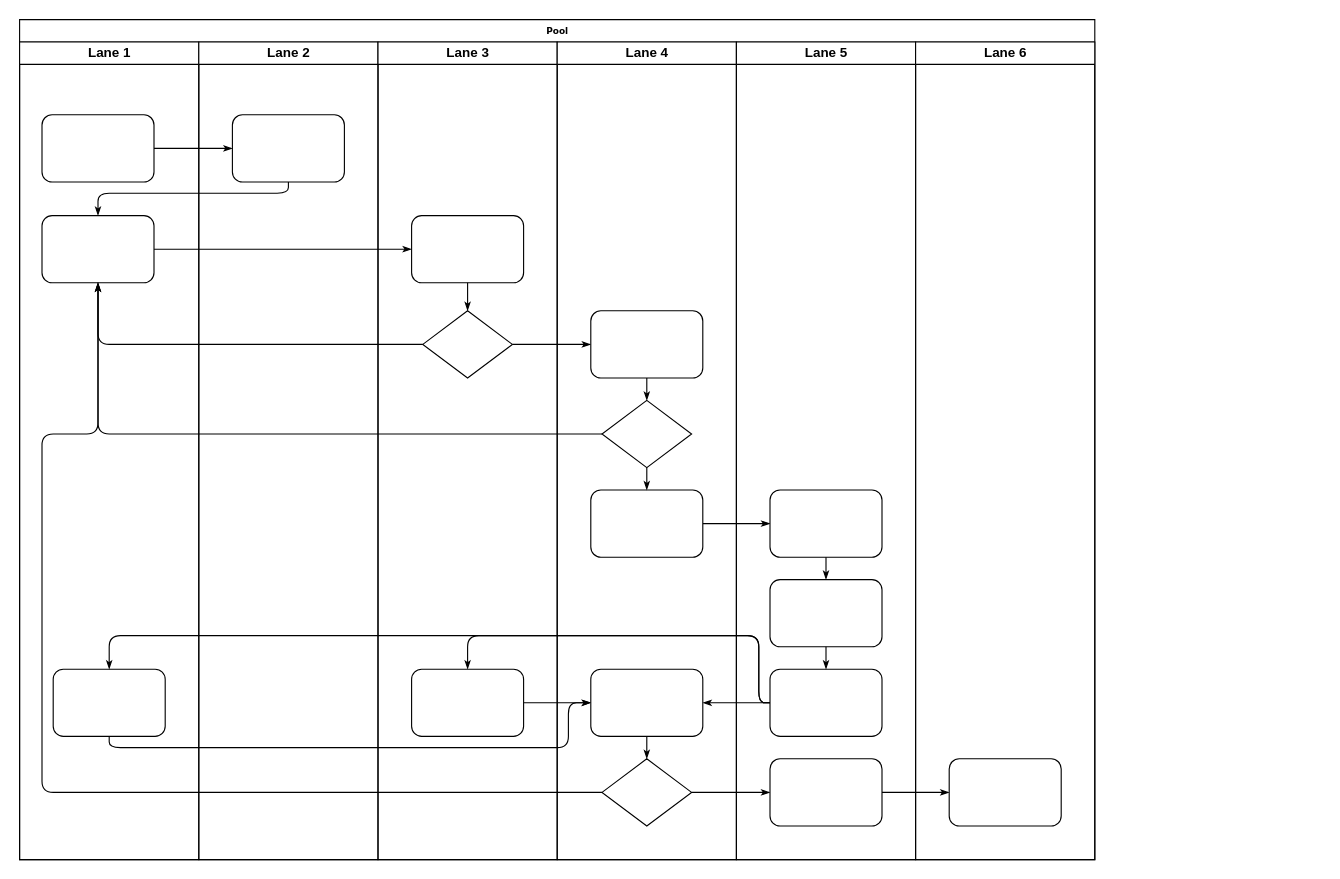
TingFeng121/iodraw-files keeps this draw.io diagram as all/灵智运维工作流.drawio. Above is the earlier version. Source tidied: cells renumbered, new cells numbered last; positions are measured from the earlier drawing's top-left corner, leaving out a move shared by most shapes. Both pictures are drawn from the tidied source at 112%, with x=0, y=0 at pixel (19, 19). Pictures stored in the file or linked from it are replaced by grey dashed boxes.
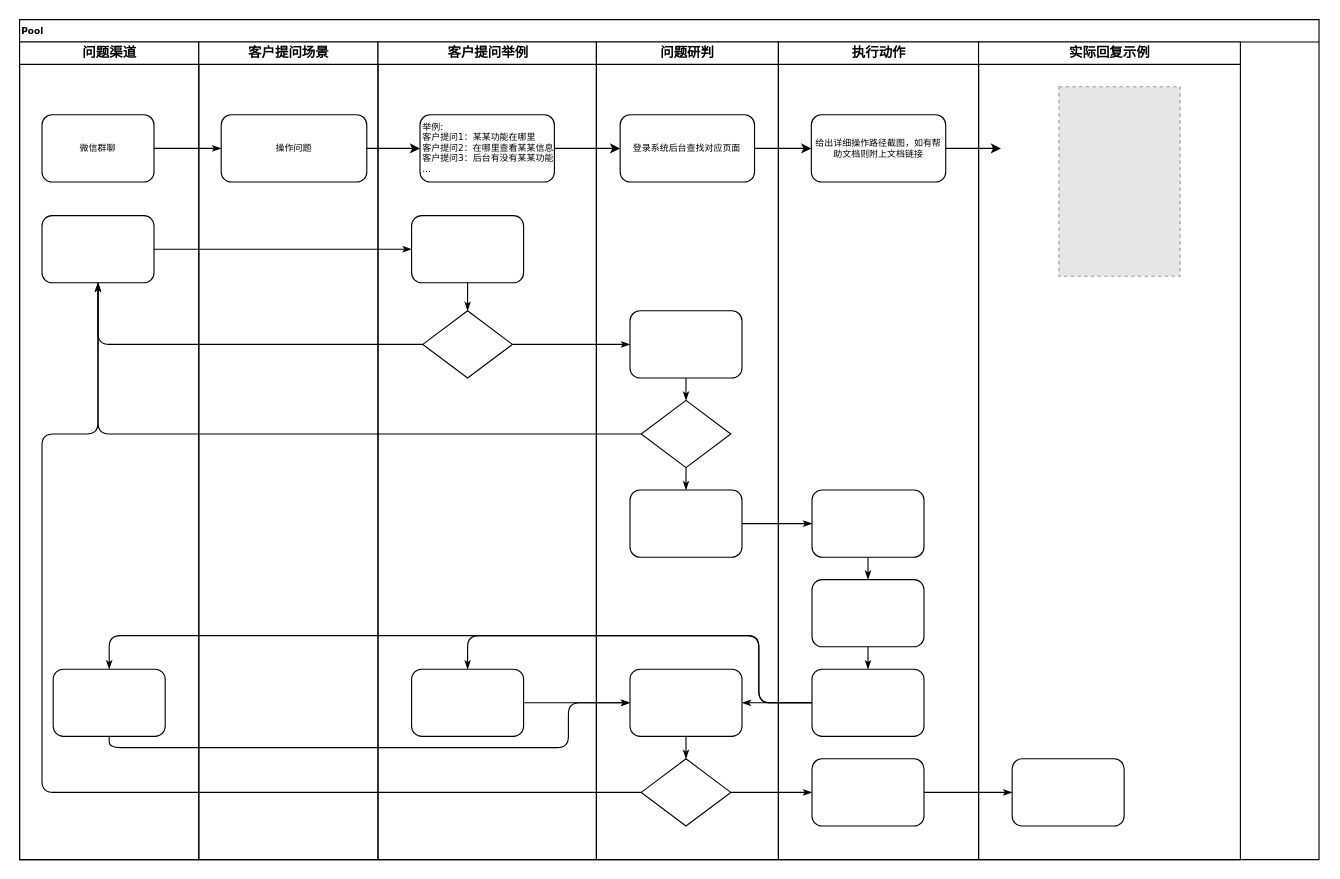
Above is the later version.

Commit message:
更新灵智运维工作流.drawio

The change refers to these unchanged cells:
```xml
<mxCell id="5" style="rounded=1;whiteSpace=wrap;html=1;shadow=0;labelBackgroundColor=none;strokeWidth=1;fontFamily=Verdana;fontSize=8;align=center;" parent="3" vertex="1">
  <mxGeometry x="20" y="155" width="100" height="60" as="geometry" />
</mxCell>
```

The edit, as a diff of the source:
```diff
@@
-    <mxCell id="2" value="Pool" style="swimlane;html=1;startSize=20;rounded=0;shadow=0;labelBackgroundColor=none;strokeWidth=1;fontFamily=Verdana;fontSize=8;align=center;" parent="1" vertex="1">
-      <mxGeometry width="960" height="750" as="geometry" />
+    <mxCell id="2" value="Pool" style="swimlane;html=1;startSize=20;rounded=0;shadow=0;labelBackgroundColor=none;strokeWidth=1;fontFamily=Verdana;fontSize=8;align=left;" parent="1" vertex="1">
+      <mxGeometry width="1160.2" height="750" as="geometry" />
     </mxCell>
-    <mxCell id="3" value="Lane 1" style="swimlane;html=1;startSize=20;" parent="2" vertex="1">
+    <mxCell id="3" value="问题渠道" style="swimlane;html=1;startSize=20;" parent="2" vertex="1">
       <mxGeometry y="20" width="160" height="730" as="geometry" />
     </mxCell>
-    <mxCell id="4" style="rounded=1;whiteSpace=wrap;html=1;shadow=0;labelBackgroundColor=none;strokeWidth=1;fontFamily=Verdana;fontSize=8;align=center;" parent="3" vertex="1">
+    <mxCell id="4" value="微信群聊" style="rounded=1;whiteSpace=wrap;html=1;shadow=0;labelBackgroundColor=none;strokeWidth=1;fontFamily=Verdana;fontSize=8;align=center;" parent="3" vertex="1">
       <mxGeometry x="20" y="65" width="100" height="60" as="geometry" />
     </mxCell>
@@
-    <mxCell id="8" style="edgeStyle=orthogonalEdgeStyle;rounded=1;html=1;labelBackgroundColor=none;startArrow=none;startFill=0;startSize=5;endArrow=classicThin;endFill=1;endSize=5;jettySize=auto;strokeWidth=1;fontFamily=Verdana;fontSize=8;" parent="2" edge="1" source="23" target="5">
-      <mxGeometry relative="1" as="geometry">
-        <Array as="points">
-          <mxPoint x="240" y="155" />
-          <mxPoint x="70" y="155" />
-        </Array>
-      </mxGeometry>
-    </mxCell>
@@
-    <mxCell id="22" value="Lane 2" style="swimlane;html=1;startSize=20;" parent="2" vertex="1">
+    <mxCell id="22" value="客户提问场景" style="swimlane;html=1;startSize=20;" parent="2" vertex="1">
       <mxGeometry x="160" y="20" width="160" height="730" as="geometry" />
     </mxCell>
-    <mxCell id="23" style="rounded=1;whiteSpace=wrap;html=1;shadow=0;labelBackgroundColor=none;strokeWidth=1;fontFamily=Verdana;fontSize=8;align=center;" parent="22" vertex="1">
-      <mxGeometry x="30" y="65" width="100" height="60" as="geometry" />
+    <mxCell id="23" value="操作问题" style="whiteSpace=wrap;html=1;fontSize=8;fontFamily=Verdana;align=center;rounded=1;shadow=0;labelBackgroundColor=none;strokeWidth=1;" parent="22" vertex="1">
+      <mxGeometry x="20" y="65" width="130" height="60" as="geometry" />
     </mxCell>
-    <mxCell id="24" value="Lane 3" style="swimlane;html=1;startSize=20;" parent="2" vertex="1">
-      <mxGeometry x="320" y="20" width="160" height="730" as="geometry" />
+    <mxCell id="24" value="客户提问举例" style="swimlane;html=1;startSize=20;" parent="2" vertex="1">
+      <mxGeometry x="320" y="20" width="195" height="730" as="geometry" />
     </mxCell>
@@
+    <mxCell id="47" value="举例:&lt;br&gt;客户提问1：某某功能在哪里&lt;br&gt;客户提问2：在哪里查看某某信息&lt;br&gt;客户提问3：后台有没有某某功能&lt;br&gt;..." style="whiteSpace=wrap;html=1;fontSize=8;fontFamily=Verdana;align=left;rounded=1;shadow=0;labelBackgroundColor=none;strokeWidth=1;" parent="24" vertex="1">
+      <mxGeometry x="37.5" y="65" width="120" height="60" as="geometry" />
+    </mxCell>
-    <mxCell id="29" value="Lane 4" style="swimlane;html=1;startSize=20;" parent="2" vertex="1">
-      <mxGeometry x="480" y="20" width="160" height="730" as="geometry" />
+    <mxCell id="29" value="问题研判" style="swimlane;html=1;startSize=20;" parent="2" vertex="1">
+      <mxGeometry x="515" y="20" width="162.5" height="730" as="geometry" />
     </mxCell>
@@
+    <mxCell id="48" value="&lt;div data-mind-map-text=&quot;[{&amp;quot;paragraphProps&amp;quot;:{&amp;quot;type&amp;quot;:&amp;quot;paragraph&amp;quot;,&amp;quot;textAlign&amp;quot;:0,&amp;quot;lineSpacing&amp;quot;:1.4},&amp;quot;isComplete&amp;quot;:true,&amp;quot;textProps&amp;quot;:[{&amp;quot;type&amp;quot;:&amp;quot;text&amp;quot;,&amp;quot;fontFamily&amp;quot;:&amp;quot;\&amp;quot;Helvetica Neue\&amp;quot;, Helvetica, \&amp;quot;PingFang SC\&amp;quot;, \&amp;quot;Microsoft YaHei\&amp;quot;, \&amp;quot;Source Han Sans SC\&amp;quot;, \&amp;quot;Noto Sans CJK SC\&amp;quot;, \&amp;quot;WenQuanYi Micro Hei\&amp;quot;, sans-serif&amp;quot;,&amp;quot;text&amp;quot;:&amp;quot;属于客户对于&amp;quot;,&amp;quot;color&amp;quot;:&amp;quot;#630703&amp;quot;,&amp;quot;fontWeight&amp;quot;:400,&amp;quot;fontSize&amp;quot;:24,&amp;quot;italic&amp;quot;:false,&amp;quot;underline&amp;quot;:false,&amp;quot;strike&amp;quot;:false},{&amp;quot;type&amp;quot;:&amp;quot;text&amp;quot;,&amp;quot;fontFamily&amp;quot;:&amp;quot;\&amp;quot;Helvetica Neue\&amp;quot;, Helvetica, \&amp;quot;PingFang SC\&amp;quot;, \&amp;quot;Microsoft YaHei\&amp;quot;, \&amp;quot;Source Han Sans SC\&amp;quot;, \&amp;quot;Noto Sans CJK SC\&amp;quot;, \&amp;quot;WenQuanYi Micro Hei\&amp;quot;, sans-serif&amp;quot;,&amp;quot;fontWeight&amp;quot;:700,&amp;quot;text&amp;quot;:&amp;quot;操作方面&amp;quot;,&amp;quot;color&amp;quot;:&amp;quot;#630703&amp;quot;,&amp;quot;fontSize&amp;quot;:24,&amp;quot;italic&amp;quot;:false,&amp;quot;underline&amp;quot;:false,&amp;quot;strike&amp;quot;:false},{&amp;quot;type&amp;quot;:&amp;quot;text&amp;quot;,&amp;quot;fontFamily&amp;quot;:&amp;quot;\&amp;quot;Helvetica Neue\&amp;quot;, Helvetica, \&amp;quot;PingFang SC\&amp;quot;, \&amp;quot;Microsoft YaHei\&amp;quot;, \&amp;quot;Source Han Sans SC\&amp;quot;, \&amp;quot;Noto Sans CJK SC\&amp;quot;, \&amp;quot;WenQuanYi Micro Hei\&amp;quot;, sans-serif&amp;quot;,&amp;quot;text&amp;quot;:&amp;quot;的疑问&amp;quot;,&amp;quot;color&amp;quot;:&amp;quot;#630703&amp;quot;,&amp;quot;fontWeight&amp;quot;:400,&amp;quot;fontSize&amp;quot;:24,&amp;quot;italic&amp;quot;:false,&amp;quot;underline&amp;quot;:false,&amp;quot;strike&amp;quot;:false}]}]&quot;&gt;&lt;div data-mind-map-text=&quot;[{&amp;quot;paragraphProps&amp;quot;:{&amp;quot;type&amp;quot;:&amp;quot;paragraph&amp;quot;,&amp;quot;textAlign&amp;quot;:0,&amp;quot;lineSpacing&amp;quot;:1.4},&amp;quot;isComplete&amp;quot;:true,&amp;quot;textProps&amp;quot;:[{&amp;quot;type&amp;quot;:&amp;quot;text&amp;quot;,&amp;quot;text&amp;quot;:&amp;quot;登录系统后台查找后台对应的页面&amp;quot;,&amp;quot;color&amp;quot;:&amp;quot;#630703&amp;quot;,&amp;quot;fontWeight&amp;quot;:400,&amp;quot;fontSize&amp;quot;:24,&amp;quot;fontFamily&amp;quot;:&amp;quot;Microsoft YaHei&amp;quot;,&amp;quot;italic&amp;quot;:false,&amp;quot;underline&amp;quot;:false,&amp;quot;strike&amp;quot;:false}]}]&quot;&gt;登录系统后台查找对应页面&lt;/div&gt;&lt;/div&gt;" style="whiteSpace=wrap;html=1;fontSize=8;fontFamily=Verdana;align=center;rounded=1;shadow=0;labelBackgroundColor=none;strokeWidth=1;" parent="29" vertex="1">
+      <mxGeometry x="21.2" y="65" width="120" height="60" as="geometry" />
+    </mxCell>
-    <mxCell id="38" value="Lane 5" style="swimlane;html=1;startSize=20;" parent="2" vertex="1">
-      <mxGeometry x="640" y="20" width="160" height="730" as="geometry" />
+    <mxCell id="38" value="执行动作" style="swimlane;html=1;startSize=20;" parent="2" vertex="1">
+      <mxGeometry x="677.5" y="20" width="178.8" height="730" as="geometry" />
     </mxCell>
@@
+    <mxCell id="49" value="&lt;div data-mind-map-text=&quot;[{&amp;quot;paragraphProps&amp;quot;:{&amp;quot;type&amp;quot;:&amp;quot;paragraph&amp;quot;,&amp;quot;textAlign&amp;quot;:0,&amp;quot;lineSpacing&amp;quot;:1.4},&amp;quot;isComplete&amp;quot;:true,&amp;quot;textProps&amp;quot;:[{&amp;quot;type&amp;quot;:&amp;quot;text&amp;quot;,&amp;quot;text&amp;quot;:&amp;quot;给出详细操作路径截图，如有帮助文档则附上文档链接（如果场景需要多张图片才能解释需要看场景发多张，实例查看示例）&amp;quot;,&amp;quot;color&amp;quot;:&amp;quot;#630703&amp;quot;,&amp;quot;fontWeight&amp;quot;:400,&amp;quot;fontSize&amp;quot;:24,&amp;quot;fontFamily&amp;quot;:&amp;quot;Microsoft YaHei&amp;quot;,&amp;quot;italic&amp;quot;:false,&amp;quot;underline&amp;quot;:false,&amp;quot;strike&amp;quot;:false}]}]&quot;&gt;给出详细操作路径截图，如有帮助文档则附上文档链接&lt;/div&gt;" style="whiteSpace=wrap;html=1;fontSize=8;fontFamily=Verdana;align=center;rounded=1;shadow=0;labelBackgroundColor=none;strokeWidth=1;" parent="38" vertex="1">
+      <mxGeometry x="29.4" y="65" width="120" height="60" as="geometry" />
+    </mxCell>
-    <mxCell id="45" value="Lane 6" style="swimlane;html=1;startSize=20;" parent="2" vertex="1">
-      <mxGeometry x="800" y="20" width="160" height="730" as="geometry" />
+    <mxCell id="45" value="实际回复示例" style="swimlane;html=1;startSize=20;" parent="2" vertex="1">
+      <mxGeometry x="856.2" y="20" width="233.8" height="730" as="geometry" />
     </mxCell>
@@
+    <mxCell id="50" style="fillColor=#E6E6E6;strokeColor=#999999;dashed=1;verticalLabelPosition=bottom;labelBackgroundColor=default;verticalAlign=top;" parent="45" vertex="1">
+      <mxGeometry x="71.8" y="40" width="108.2" height="169.1" as="geometry" />
+    </mxCell>
+    <mxCell id="51" style="edgeStyle=orthogonalEdgeStyle;rounded=0;jettySize=auto;html=1;" parent="2" edge="1" source="23" target="47">
+      <mxGeometry relative="1" as="geometry" />
+    </mxCell>
+    <mxCell id="52" style="edgeStyle=orthogonalEdgeStyle;rounded=0;jettySize=auto;html=1;" parent="2" edge="1" source="47" target="48">
+      <mxGeometry relative="1" as="geometry" />
+    </mxCell>
+    <mxCell id="53" style="edgeStyle=orthogonalEdgeStyle;rounded=0;jettySize=auto;html=1;" parent="2" edge="1" source="48" target="49">
+      <mxGeometry relative="1" as="geometry" />
+    </mxCell>
+    <mxCell id="54" style="edgeStyle=orthogonalEdgeStyle;rounded=0;jettySize=auto;html=1;" parent="2" edge="1" source="49">
+      <mxGeometry relative="1" as="geometry">
+        <mxPoint x="876.2" y="115" as="targetPoint" />
+      </mxGeometry>
+    </mxCell>
```
